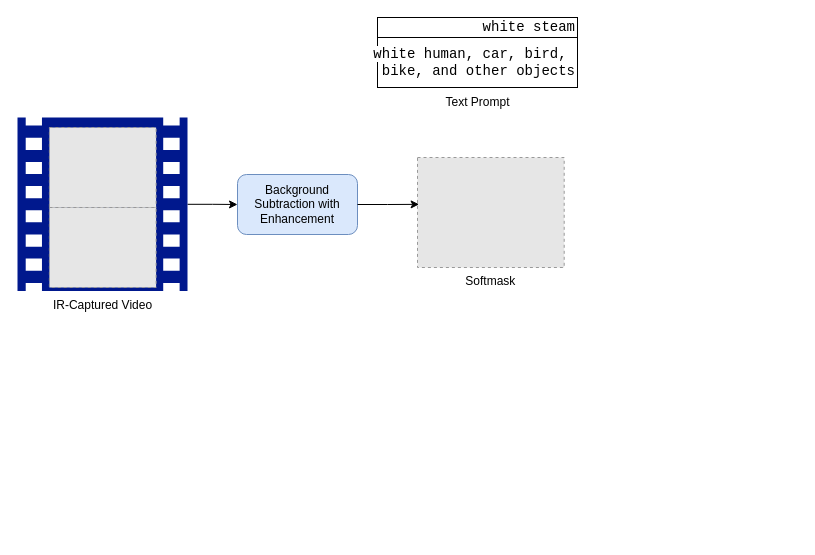
Above: Untitled Diagram.drawio in weathon/grounding_mog (draw.io), before the change. Source tidied: cells renumbered, new cells numbered last; positions are measured from the earlier drawing's top-left corner, leaving out a move shared by most shapes. Both pictures are drawn from the tidied source at 100%, with x=0, y=0 at pixel (17, 17). Pictures stored in the file or linked from it are replaced by grey dashed boxes.
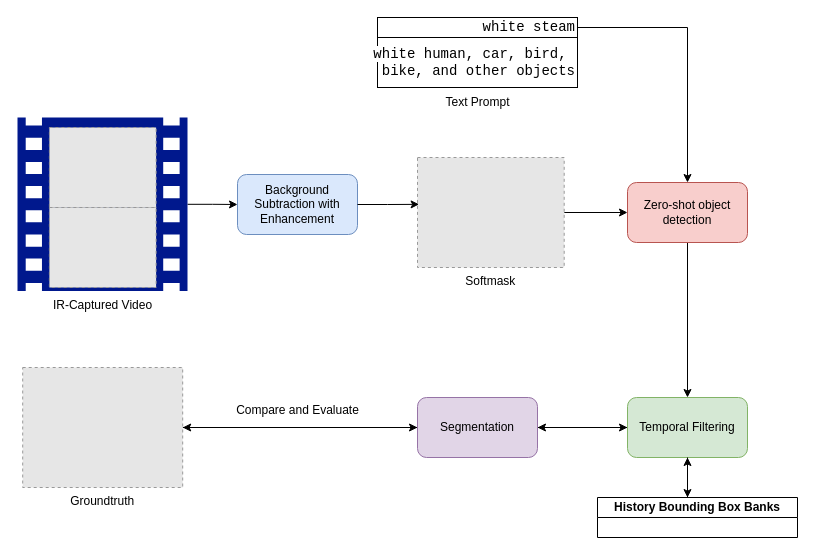
The same page after the edit.

Unchanged cells that the change refers to:
```xml
<mxCell id="7" value="Softmask" style="fillColor=#E6E6E6;strokeColor=#999999;dashed=1;verticalLabelPosition=bottom;labelBackgroundColor=default;verticalAlign=top;" parent="1" vertex="1">
  <mxGeometry x="400" y="140" width="146.7" height="110" as="geometry" />
</mxCell>
```

What changed in the source:
```diff
@@
+    <mxCell id="12" style="edgeStyle=orthogonalEdgeStyle;rounded=0;jettySize=auto;html=1;" parent="1" edge="1" source="7" target="14">
+      <mxGeometry relative="1" as="geometry" />
+    </mxCell>
@@
+    <mxCell id="11" value="Text Prompt" style="text;html=1;align=center;verticalAlign=middle;strokeColor=none;fillColor=none;" parent="1" vertex="1">
+      <mxGeometry x="415" y="70" width="90" height="30" as="geometry" />
+    </mxCell>
+    <mxCell id="13" style="edgeStyle=orthogonalEdgeStyle;rounded=0;jettySize=auto;html=1;entryX=0.5;entryY=0;entryDx=0;entryDy=0;" parent="1" edge="1" source="14" target="18">
+      <mxGeometry relative="1" as="geometry" />
+    </mxCell>
+    <mxCell id="14" value="Zero-shot object detection" style="rounded=1;whiteSpace=wrap;html=1;fillColor=#f8cecc;strokeColor=#b85450;" parent="1" vertex="1">
+      <mxGeometry x="610" y="165" width="120" height="60" as="geometry" />
+    </mxCell>
+    <mxCell id="15" style="group;" parent="1" vertex="1">
+      <mxGeometry x="360" width="200" height="70" as="geometry" />
+    </mxCell>
-    <mxCell id="9" value="&lt;div style=&quot;font-family: Consolas, &amp;quot;Courier New&amp;quot;, monospace; font-weight: normal; font-size: 14px; line-height: 19px; white-space: pre;&quot;&gt;&lt;div&gt;&lt;span style=&quot;&quot;&gt;white steam&lt;/span&gt;&lt;/div&gt;&lt;/div&gt;" style="rounded=0;whiteSpace=wrap;html=1;labelBackgroundColor=default;fontColor=#000000;align=right;" parent="1" vertex="1">
-      <mxGeometry x="360" width="200" height="20" as="geometry" />
+    <mxCell id="9" value="&lt;div style=&quot;font-family: Consolas, &amp;quot;Courier New&amp;quot;, monospace; font-weight: normal; font-size: 14px; line-height: 19px; white-space: pre;&quot;&gt;&lt;div&gt;&lt;span style=&quot;&quot;&gt;white steam&lt;/span&gt;&lt;/div&gt;&lt;/div&gt;" style="rounded=0;whiteSpace=wrap;html=1;labelBackgroundColor=default;fontColor=#000000;align=right;" parent="15" vertex="1">
+      <mxGeometry width="200" height="20" as="geometry" />
     </mxCell>
-    <mxCell id="10" value="&lt;span style=&quot;font-family: Consolas, &amp;quot;Courier New&amp;quot;, monospace; font-size: 14px; white-space: pre; background-color: rgb(255, 255, 255);&quot;&gt;white human, car, bird, &lt;/span&gt;&lt;div&gt;&lt;span style=&quot;font-family: Consolas, &amp;quot;Courier New&amp;quot;, monospace; font-size: 14px; white-space: pre; background-color: rgb(255, 255, 255);&quot;&gt;bike, and other objects&lt;/span&gt;&lt;/div&gt;" style="rounded=0;whiteSpace=wrap;html=1;align=right;" parent="1" vertex="1">
-      <mxGeometry x="360" y="20" width="200" height="50" as="geometry" />
+    <mxCell id="10" value="&lt;span style=&quot;font-family: Consolas, &amp;quot;Courier New&amp;quot;, monospace; font-size: 14px; white-space: pre; background-color: rgb(255, 255, 255);&quot;&gt;white human, car, bird, &lt;/span&gt;&lt;div&gt;&lt;span style=&quot;font-family: Consolas, &amp;quot;Courier New&amp;quot;, monospace; font-size: 14px; white-space: pre; background-color: rgb(255, 255, 255);&quot;&gt;bike, and other objects&lt;/span&gt;&lt;/div&gt;" style="rounded=0;whiteSpace=wrap;html=1;align=right;" parent="15" vertex="1">
+      <mxGeometry y="20" width="200" height="50" as="geometry" />
     </mxCell>
-    <mxCell id="11" value="Text Prompt" style="text;html=1;align=center;verticalAlign=middle;strokeColor=none;fillColor=none;" parent="1" vertex="1">
-      <mxGeometry x="415" y="70" width="90" height="30" as="geometry" />
-    </mxCell>
+    <mxCell id="16" style="edgeStyle=orthogonalEdgeStyle;rounded=0;jettySize=auto;html=1;entryX=0.5;entryY=0;entryDx=0;entryDy=0;" parent="1" edge="1" source="9" target="14">
+      <mxGeometry relative="1" as="geometry" />
+    </mxCell>
+    <mxCell id="17" style="edgeStyle=orthogonalEdgeStyle;rounded=0;jettySize=auto;html=1;" parent="1" edge="1" source="18" target="26">
+      <mxGeometry relative="1" as="geometry" />
+    </mxCell>
+    <mxCell id="18" value="Temporal Filtering" style="rounded=1;whiteSpace=wrap;html=1;fillColor=#d5e8d4;strokeColor=#82b366;" parent="1" vertex="1">
+      <mxGeometry x="610" y="380" width="120" height="60" as="geometry" />
+    </mxCell>
+    <mxCell id="19" style="edgeStyle=orthogonalEdgeStyle;rounded=0;jettySize=auto;html=1;entryX=0.5;entryY=1;entryDx=0;entryDy=0;" parent="1" edge="1" source="20" target="18">
+      <mxGeometry relative="1" as="geometry">
+        <Array as="points">
+          <mxPoint x="670" y="470" />
+          <mxPoint x="670" y="470" />
+        </Array>
+      </mxGeometry>
+    </mxCell>
+    <mxCell id="20" value="History Bounding Box Banks" style="swimlane;whiteSpace=wrap;html=1;startSize=20;" parent="1" vertex="1">
+      <mxGeometry x="580" y="480" width="200" height="40" as="geometry" />
+    </mxCell>
+    <mxCell id="21" style="edgeStyle=orthogonalEdgeStyle;rounded=0;jettySize=auto;html=1;entryX=0;entryY=0.5;entryDx=0;entryDy=0;" parent="1" edge="1" source="22" target="26">
+      <mxGeometry relative="1" as="geometry" />
+    </mxCell>
+    <mxCell id="22" value="Groundtruth" style="fillColor=#E6E6E6;strokeColor=#999999;dashed=1;verticalLabelPosition=bottom;labelBackgroundColor=default;verticalAlign=top;" parent="1" vertex="1">
+      <mxGeometry x="5.2" y="350" width="160" height="120" as="geometry" />
+    </mxCell>
+    <mxCell id="23" style="edgeStyle=orthogonalEdgeStyle;rounded=0;jettySize=auto;html=1;entryX=0.45;entryY=0.002;entryDx=0;entryDy=0;entryPerimeter=0;" parent="1" edge="1" source="18" target="20">
+      <mxGeometry relative="1" as="geometry" />
+    </mxCell>
+    <mxCell id="24" style="edgeStyle=orthogonalEdgeStyle;rounded=0;jettySize=auto;html=1;" parent="1" edge="1" source="26" target="18">
+      <mxGeometry relative="1" as="geometry" />
+    </mxCell>
+    <mxCell id="25" style="edgeStyle=orthogonalEdgeStyle;rounded=0;jettySize=auto;html=1;entryX=1;entryY=0.5;entryDx=0;entryDy=0;" parent="1" edge="1" source="26" target="22">
+      <mxGeometry relative="1" as="geometry" />
+    </mxCell>
+    <mxCell id="26" value="Segmentation" style="rounded=1;whiteSpace=wrap;html=1;fillColor=#e1d5e7;strokeColor=#9673a6;" parent="1" vertex="1">
+      <mxGeometry x="400" y="380" width="120" height="60" as="geometry" />
+    </mxCell>
+    <mxCell id="27" value="Compare and Evaluate" style="text;html=1;align=center;verticalAlign=middle;strokeColor=none;fillColor=none;" parent="1" vertex="1">
+      <mxGeometry x="205" y="378" width="150" height="30" as="geometry" />
+    </mxCell>
```
